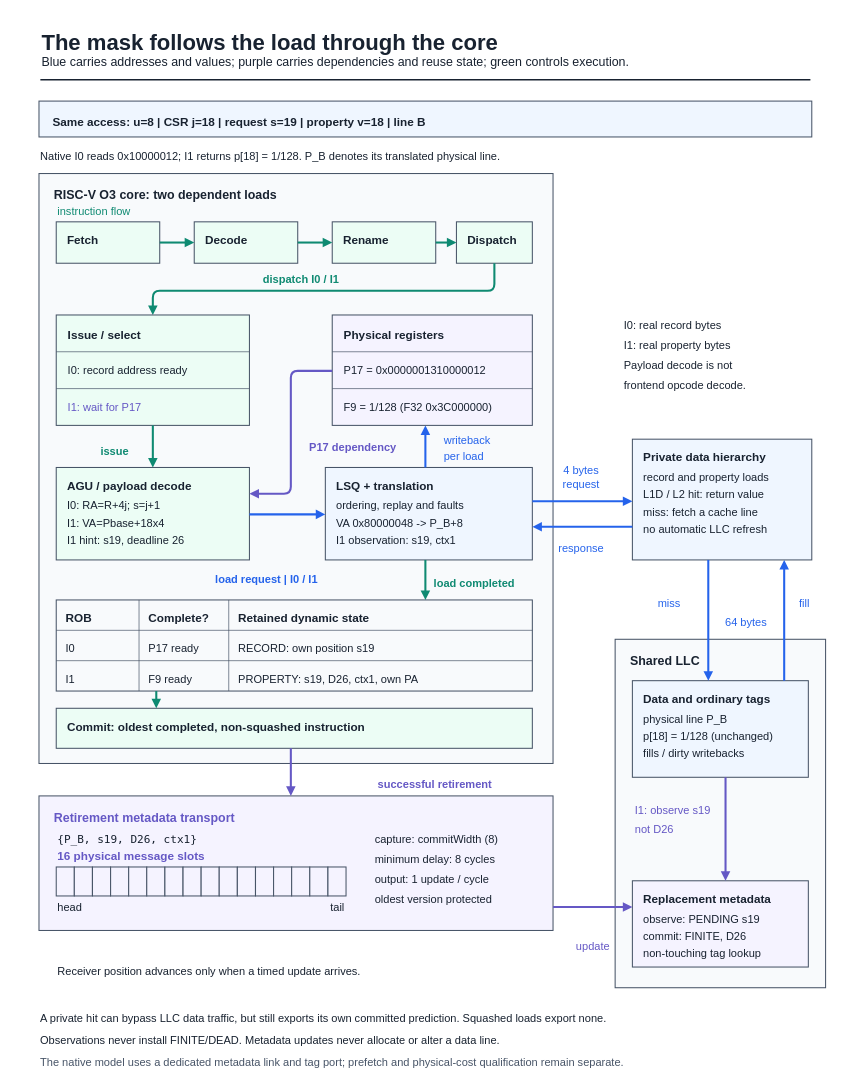
Earlier version of the draw.io diagram fig/wiki_src/risc-v-instruction-path/risc-v-instruction-path-f02-o3-request-pipeline.drawio (UVA-LavaLab/ECG_GrAPL). Source tidied: cells renumbered, new cells numbered last; positions are measured from the earlier drawing's top-left corner, leaving out a move shared by most shapes. Both pictures are drawn from the tidied source at 69%, with x=0, y=0 at pixel (11, 11).
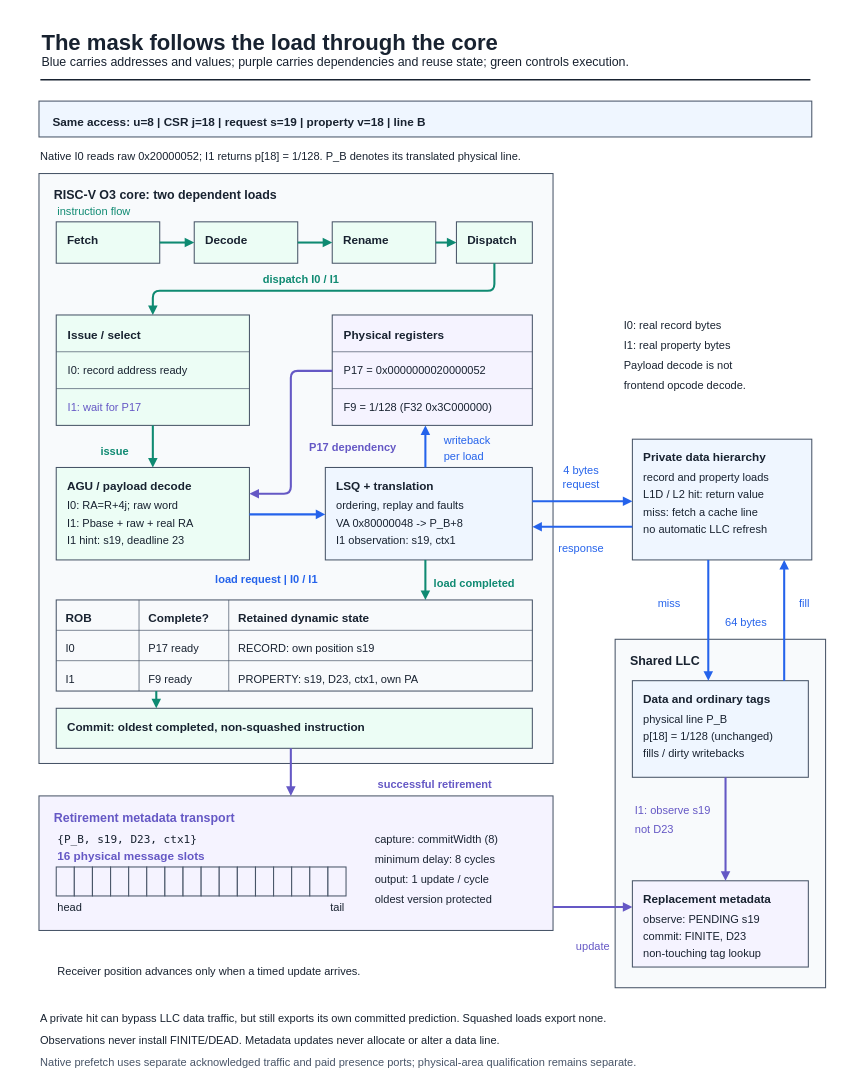
Above is the later version.

What changed in the source:
```diff
@@
-    <mxCell id="8" value="Native I0 reads 0x10000012; I1 returns p[18] = 1/128. P_B denotes its translated physical line." style="text;html=0;strokeColor=none;fillColor=none;align=left;verticalAlign=middle;fontFamily=Liberation Sans;fontSize=16;fontColor=#182230;fontStyle=0;" parent="1" vertex="1">
-      <mxGeometry x="40" y="198.2" width="805.6" height="22.4" as="geometry" />
+    <mxCell id="8" value="Native I0 reads raw 0x20000052; I1 returns p[18] = 1/128. P_B denotes its translated physical line." style="text;html=0;strokeColor=none;fillColor=none;align=left;verticalAlign=middle;fontFamily=Liberation Sans;fontSize=16;fontColor=#182230;fontStyle=0;" parent="1" vertex="1">
+      <mxGeometry x="40" y="198.2" width="839.5" height="22.4" as="geometry" />
     </mxCell>
@@
-    <mxCell id="35" value="P17 = 0x0000001310000012" style="text;html=0;strokeColor=none;fillColor=none;align=left;verticalAlign=middle;fontFamily=Liberation Sans;fontSize=16;fontColor=#182230;fontStyle=0;" parent="1" vertex="1">
+    <mxCell id="35" value="P17 = 0x0000000020000052" style="text;html=0;strokeColor=none;fillColor=none;align=left;verticalAlign=middle;fontFamily=Liberation Sans;fontSize=16;fontColor=#182230;fontStyle=0;" parent="1" vertex="1">
       <mxGeometry x="480" y="507.2" width="203.5" height="22.4" as="geometry" />
     </mxCell>
@@
-    <mxCell id="39" value="I0: RA=R+4j; s=j+1" style="text;html=0;strokeColor=none;fillColor=none;align=left;verticalAlign=middle;fontFamily=Liberation Sans;fontSize=16;fontColor=#182230;fontStyle=0;" parent="1" vertex="1">
-      <mxGeometry x="79" y="704.2" width="152.6" height="22.4" as="geometry" />
+    <mxCell id="39" value="I0: RA=R+4j; raw word" style="text;html=0;strokeColor=none;fillColor=none;align=left;verticalAlign=middle;fontFamily=Liberation Sans;fontSize=16;fontColor=#182230;fontStyle=0;" parent="1" vertex="1">
+      <mxGeometry x="79" y="704.2" width="178.1" height="22.4" as="geometry" />
     </mxCell>
-    <mxCell id="40" value="I1: VA=Pbase+18x4" style="text;html=0;strokeColor=none;fillColor=none;align=left;verticalAlign=middle;fontFamily=Liberation Sans;fontSize=16;fontColor=#182230;fontStyle=0;" parent="1" vertex="1">
-      <mxGeometry x="79" y="729.2" width="144.2" height="22.4" as="geometry" />
+    <mxCell id="40" value="I1: Pbase + raw + real RA" style="text;html=0;strokeColor=none;fillColor=none;align=left;verticalAlign=middle;fontFamily=Liberation Sans;fontSize=16;fontColor=#182230;fontStyle=0;" parent="1" vertex="1">
+      <mxGeometry x="79" y="729.2" width="212" height="22.4" as="geometry" />
     </mxCell>
-    <mxCell id="41" value="I1 hint: s19, deadline 26" style="text;html=0;strokeColor=none;fillColor=none;align=left;verticalAlign=middle;fontFamily=Liberation Sans;fontSize=16;fontColor=#182230;fontStyle=0;" parent="1" vertex="1">
+    <mxCell id="41" value="I1 hint: s19, deadline 23" style="text;html=0;strokeColor=none;fillColor=none;align=left;verticalAlign=middle;fontFamily=Liberation Sans;fontSize=16;fontColor=#182230;fontStyle=0;" parent="1" vertex="1">
       <mxGeometry x="79" y="754.2" width="212" height="22.4" as="geometry" />
     </mxCell>
@@
-    <mxCell id="84" value="PROPERTY: s19, D26, ctx1, own PA" style="text;html=0;strokeColor=none;fillColor=none;align=left;verticalAlign=middle;fontFamily=Liberation Sans;fontSize=16;fontColor=#182230;fontStyle=0;" parent="1" vertex="1">
+    <mxCell id="84" value="PROPERTY: s19, D23, ctx1, own PA" style="text;html=0;strokeColor=none;fillColor=none;align=left;verticalAlign=middle;fontFamily=Liberation Sans;fontSize=16;fontColor=#182230;fontStyle=0;" parent="1" vertex="1">
       <mxGeometry x="327" y="955.2" width="271.4" height="22.4" as="geometry" />
     </mxCell>
@@
-    <mxCell id="100" value="commit: FINITE, D26" style="text;html=0;strokeColor=none;fillColor=none;align=left;verticalAlign=middle;fontFamily=Liberation Sans;fontSize=16;fontColor=#182230;fontStyle=0;" parent="1" vertex="1">
+    <mxCell id="100" value="commit: FINITE, D23" style="text;html=0;strokeColor=none;fillColor=none;align=left;verticalAlign=middle;fontFamily=Liberation Sans;fontSize=16;fontColor=#182230;fontStyle=0;" parent="1" vertex="1">
       <mxGeometry x="914" y="1328.2" width="161.1" height="22.4" as="geometry" />
     </mxCell>
@@
-    <mxCell id="109" value="not D26" style="text;html=0;strokeColor=none;fillColor=none;align=left;verticalAlign=middle;fontFamily=Liberation Sans;fontSize=16;fontColor=#6558C5;fontStyle=0;" parent="1" vertex="1">
+    <mxCell id="109" value="not D23" style="text;html=0;strokeColor=none;fillColor=none;align=left;verticalAlign=middle;fontFamily=Liberation Sans;fontSize=16;fontColor=#6558C5;fontStyle=0;" parent="1" vertex="1">
       <mxGeometry x="902" y="1173.2" width="59.4" height="22.4" as="geometry" />
     </mxCell>
@@
-    <mxCell id="112" value="{P_B, s19, D26, ctx1}" style="text;html=0;strokeColor=none;fillColor=none;align=left;verticalAlign=middle;fontFamily=DejaVu Sans Mono;fontSize=16;fontColor=#182230;fontStyle=0;" parent="1" vertex="1">
+    <mxCell id="112" value="{P_B, s19, D23, ctx1}" style="text;html=0;strokeColor=none;fillColor=none;align=left;verticalAlign=middle;fontFamily=DejaVu Sans Mono;fontSize=16;fontColor=#182230;fontStyle=0;" parent="1" vertex="1">
       <mxGeometry x="65" y="1187.2" width="208.3" height="22.4" as="geometry" />
     </mxCell>
@@
-    <mxCell id="143" value="The native model uses a dedicated metadata link and tag port; prefetch and physical-cost qualification remain separate." style="text;html=0;strokeColor=none;fillColor=none;align=left;verticalAlign=middle;fontFamily=Liberation Sans;fontSize=16;fontColor=#475467;fontStyle=0;" parent="1" vertex="1">
-      <mxGeometry x="40" y="1511.2" width="1009.1" height="22.4" as="geometry" />
+    <mxCell id="143" value="Native prefetch uses separate acknowledged traffic and paid presence ports; physical-area qualification remains separate." style="text;html=0;strokeColor=none;fillColor=none;align=left;verticalAlign=middle;fontFamily=Liberation Sans;fontSize=16;fontColor=#475467;fontStyle=0;" parent="1" vertex="1">
+      <mxGeometry x="40" y="1511.2" width="1026.1" height="22.4" as="geometry" />
     </mxCell>
```
